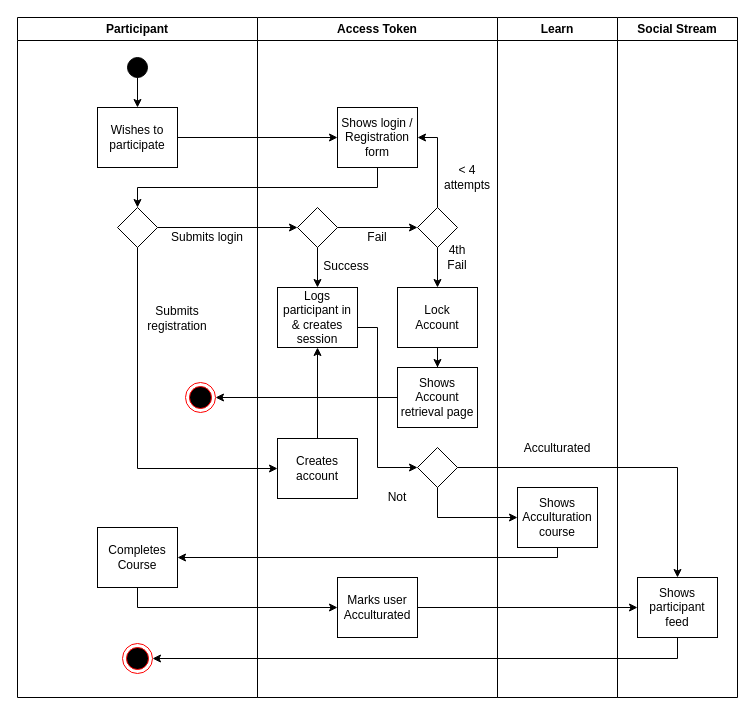
The draw.io diagram docs/src/registration & login.drawio in AfrikaBurn/TMI, before the edit. Source tidied: cells renumbered, new cells numbered last; positions are measured from the earlier drawing's top-left corner, leaving out a move shared by most shapes. Both pictures are drawn from the tidied source at 100%, with x=0, y=0 at pixel (17, 17).
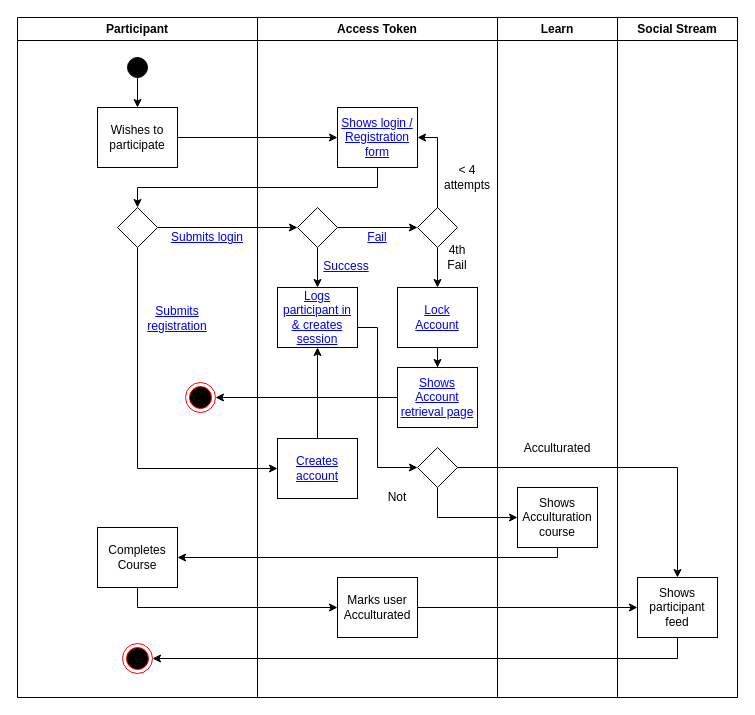
After the change.

Unchanged cells that the change refers to:
```xml
<mxCell id="2" value="Participant" style="swimlane;whiteSpace=wrap;" parent="1" vertex="1">
  <mxGeometry width="240" height="680" as="geometry" />
</mxCell>
<mxCell id="14" value="Access Token" style="swimlane;whiteSpace=wrap;startSize=23;" parent="1" vertex="1">
  <mxGeometry x="240" width="240" height="680" as="geometry" />
</mxCell>
```

Change to the diagram source:
```diff
@@
-    <mxCell id="11" value="Submits registration" style="text;html=1;strokeColor=none;fillColor=none;align=center;verticalAlign=middle;whiteSpace=wrap;rounded=0;" parent="2" vertex="1">
+    <mxCell id="11" value="&lt;a href=&quot;https://github.com/AfrikaBurn/TMI/issues/53&quot;&gt;Submits registration&lt;/a&gt;" style="text;html=1;strokeColor=none;fillColor=none;align=center;verticalAlign=middle;whiteSpace=wrap;rounded=0;" parent="2" vertex="1">
       <mxGeometry x="140" y="291" width="40" height="20" as="geometry" />
     </mxCell>
@@
-    <mxCell id="15" value="Shows login / Registration&lt;br&gt;form" style="rounded=0;whiteSpace=wrap;html=1;fontFamily=Helvetica;fontSize=12;fontColor=#000000;align=center;" parent="14" vertex="1">
+    <mxCell id="15" value="&lt;a href=&quot;https://github.com/AfrikaBurn/TMI/issues/53&quot;&gt;Shows login / Registration&lt;br&gt;form&lt;/a&gt;" style="rounded=0;whiteSpace=wrap;html=1;fontFamily=Helvetica;fontSize=12;fontColor=#000000;align=center;" parent="14" vertex="1">
       <mxGeometry x="80" y="90" width="80" height="60" as="geometry" />
     </mxCell>
-    <mxCell id="16" value="Fail" style="text;html=1;strokeColor=none;fillColor=none;align=center;verticalAlign=middle;whiteSpace=wrap;rounded=0;" parent="14" vertex="1">
+    <mxCell id="16" value="&lt;a href=&quot;https://github.com/AfrikaBurn/TMI/issues/53&quot;&gt;Fail&lt;/a&gt;" style="text;html=1;strokeColor=none;fillColor=none;align=center;verticalAlign=middle;whiteSpace=wrap;rounded=0;" parent="14" vertex="1">
       <mxGeometry x="100" y="210" width="40" height="20" as="geometry" />
     </mxCell>
-    <mxCell id="17" value="Lock&lt;br&gt;Account" style="rounded=0;whiteSpace=wrap;html=1;fontFamily=Helvetica;fontSize=12;fontColor=#000000;align=center;" parent="14" vertex="1">
+    <mxCell id="17" value="&lt;a href=&quot;https://github.com/AfrikaBurn/TMI/issues/53&quot;&gt;Lock&lt;br&gt;Account&lt;/a&gt;" style="rounded=0;whiteSpace=wrap;html=1;fontFamily=Helvetica;fontSize=12;fontColor=#000000;align=center;" parent="14" vertex="1">
       <mxGeometry x="140" y="270" width="80" height="60" as="geometry" />
     </mxCell>
-    <mxCell id="18" value="Logs participant in&lt;br&gt;&amp;amp; creates session" style="rounded=0;whiteSpace=wrap;html=1;fontFamily=Helvetica;fontSize=12;fontColor=#000000;align=center;" parent="14" vertex="1">
+    <mxCell id="18" value="&lt;a href=&quot;https://github.com/AfrikaBurn/TMI/issues/53&quot;&gt;Logs participant in&lt;br&gt;&amp;amp; creates session&lt;/a&gt;" style="rounded=0;whiteSpace=wrap;html=1;fontFamily=Helvetica;fontSize=12;fontColor=#000000;align=center;" parent="14" vertex="1">
       <mxGeometry x="20" y="270" width="80" height="60" as="geometry" />
     </mxCell>
@@
-    <mxCell id="20" value="Creates account" style="rounded=0;whiteSpace=wrap;html=1;fontFamily=Helvetica;fontSize=12;fontColor=#000000;align=center;" parent="14" vertex="1">
+    <mxCell id="20" value="&lt;a href=&quot;https://github.com/AfrikaBurn/TMI/issues/53&quot;&gt;Creates account&lt;/a&gt;" style="rounded=0;whiteSpace=wrap;html=1;fontFamily=Helvetica;fontSize=12;fontColor=#000000;align=center;" parent="14" vertex="1">
       <mxGeometry x="20" y="421" width="80" height="60" as="geometry" />
     </mxCell>
@@
-    <mxCell id="23" value="Shows&lt;br&gt;Account retrieval page" style="rounded=0;whiteSpace=wrap;html=1;fontFamily=Helvetica;fontSize=12;fontColor=#000000;align=center;" parent="14" vertex="1">
+    <mxCell id="23" value="&lt;a href=&quot;https://github.com/AfrikaBurn/TMI/issues/53&quot;&gt;Shows&lt;br&gt;Account retrieval page&lt;/a&gt;" style="rounded=0;whiteSpace=wrap;html=1;fontFamily=Helvetica;fontSize=12;fontColor=#000000;align=center;" parent="14" vertex="1">
       <mxGeometry x="140" y="350" width="80" height="60" as="geometry" />
     </mxCell>
@@
-    <mxCell id="37" value="Success" style="text;html=1;strokeColor=none;fillColor=none;align=center;verticalAlign=middle;whiteSpace=wrap;rounded=0;" parent="1" vertex="1">
+    <mxCell id="37" value="&lt;a href=&quot;https://github.com/AfrikaBurn/TMI/issues/53&quot;&gt;Success&lt;/a&gt;" style="text;html=1;strokeColor=none;fillColor=none;align=center;verticalAlign=middle;whiteSpace=wrap;rounded=0;" parent="1" vertex="1">
       <mxGeometry x="309" y="239" width="40" height="20" as="geometry" />
     </mxCell>
-    <mxCell id="38" value="Submits login" style="text;html=1;strokeColor=none;fillColor=none;align=center;verticalAlign=middle;whiteSpace=wrap;rounded=0;" parent="1" vertex="1">
+    <mxCell id="38" value="&lt;a href=&quot;https://github.com/AfrikaBurn/TMI/issues/53&quot;&gt;Submits login&lt;/a&gt;" style="text;html=1;strokeColor=none;fillColor=none;align=center;verticalAlign=middle;whiteSpace=wrap;rounded=0;" parent="1" vertex="1">
       <mxGeometry x="150" y="210" width="80" height="20" as="geometry" />
     </mxCell>
```
